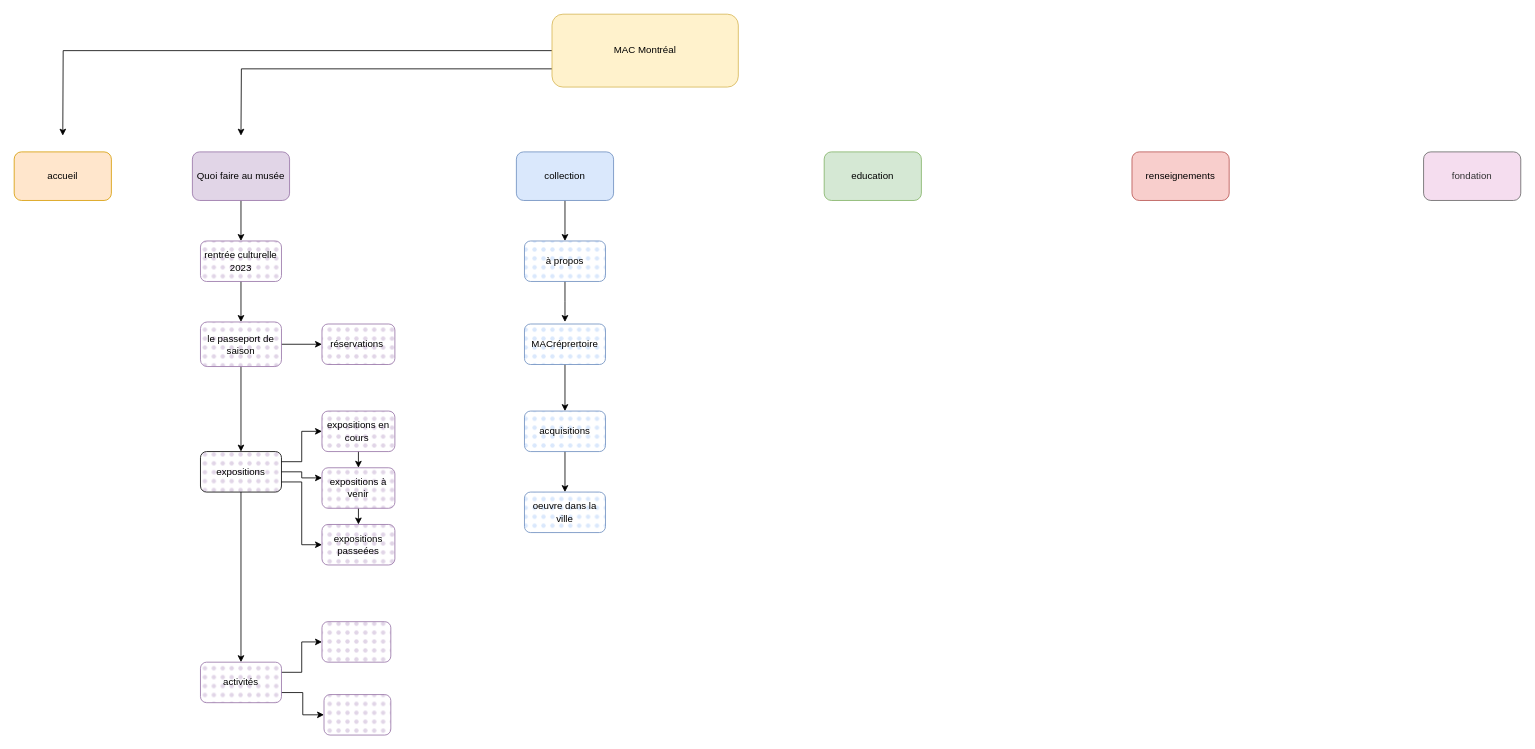
The draw.io diagram page "Page-4" (4 of 4) of Diagramme sans nom.drawio in rebekabouvier/H23_V13_inspirations_RBOUVIER, before the edit. Source tidied: cells renumbered, new cells numbered last; positions are measured from the earlier drawing's top-left corner, leaving out a move shared by most shapes. Both pictures are drawn from the tidied source at 81%, with x=0, y=0 at pixel (14, 14).
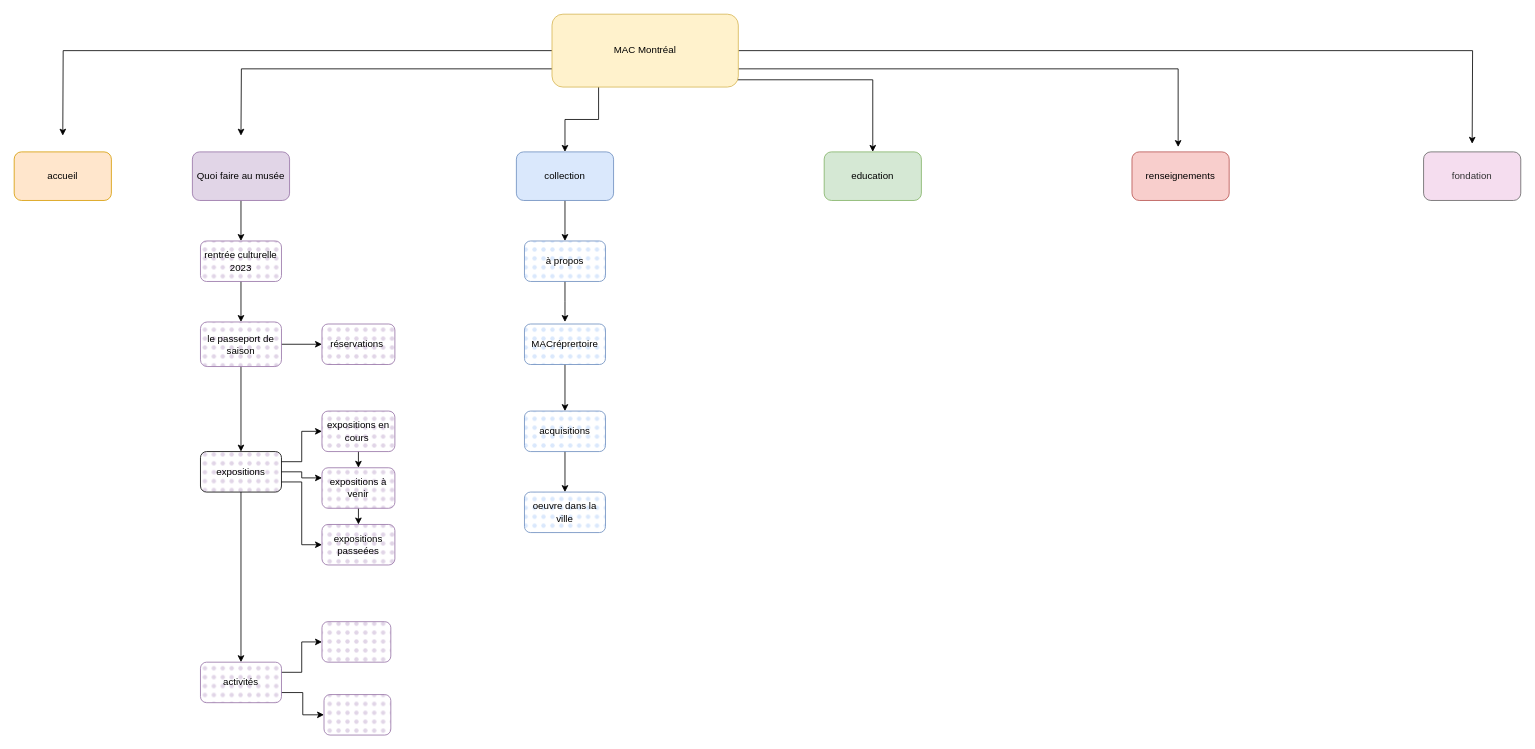
After the change.

The change refers to these unchanged cells:
```xml
<mxCell id="4" value="MAC Montréal" style="rounded=1;whiteSpace=wrap;html=1;fillColor=#fff2cc;strokeColor=#d6b656;" parent="1" vertex="1">
  <mxGeometry x="664" width="230" height="90" as="geometry" />
</mxCell>
<mxCell id="9" value="collection" style="rounded=1;whiteSpace=wrap;html=1;fillColor=#dae8fc;strokeColor=#6c8ebf;" parent="1" vertex="1">
  <mxGeometry x="620" y="170" width="120" height="60" as="geometry" />
</mxCell>
<mxCell id="10" value="education" style="rounded=1;whiteSpace=wrap;html=1;fillColor=#d5e8d4;strokeColor=#82b366;" parent="1" vertex="1">
  <mxGeometry x="1000" y="170" width="120" height="60" as="geometry" />
</mxCell>
<mxCell id="11" value="renseignements" style="rounded=1;whiteSpace=wrap;html=1;fillColor=#f8cecc;strokeColor=#b85450;" parent="1" vertex="1">
  <mxGeometry x="1380" y="170" width="120" height="60" as="geometry" />
</mxCell>
```

Change to the diagram source:
```diff
@@
+    <mxCell id="41" style="edgeStyle=orthogonalEdgeStyle;rounded=0;jettySize=auto;html=1;exitX=0.25;exitY=1;exitDx=0;exitDy=0;entryX=0.5;entryY=0;entryDx=0;entryDy=0;" parent="1" edge="1" source="4" target="9">
+      <mxGeometry relative="1" as="geometry" />
+    </mxCell>
+    <mxCell id="42" style="edgeStyle=orthogonalEdgeStyle;rounded=0;jettySize=auto;html=1;entryX=0.5;entryY=0;entryDx=0;entryDy=0;" parent="1" edge="1" target="10">
+      <mxGeometry relative="1" as="geometry">
+        <mxPoint x="890" y="80" as="sourcePoint" />
+        <Array as="points">
+          <mxPoint x="890" y="81" />
+          <mxPoint x="1060" y="81" />
+        </Array>
+      </mxGeometry>
+    </mxCell>
+    <mxCell id="43" style="edgeStyle=orthogonalEdgeStyle;rounded=0;jettySize=auto;html=1;exitX=1;exitY=0.75;exitDx=0;exitDy=0;entryX=0.475;entryY=-0.1;entryDx=0;entryDy=0;entryPerimeter=0;" parent="1" edge="1" source="4" target="11">
+      <mxGeometry relative="1" as="geometry" />
+    </mxCell>
+    <mxCell id="44" style="edgeStyle=orthogonalEdgeStyle;rounded=0;jettySize=auto;html=1;exitX=1;exitY=0.5;exitDx=0;exitDy=0;" parent="1" edge="1" source="4">
+      <mxGeometry relative="1" as="geometry">
+        <mxPoint x="1800" y="160" as="targetPoint" />
+      </mxGeometry>
+    </mxCell>
```
